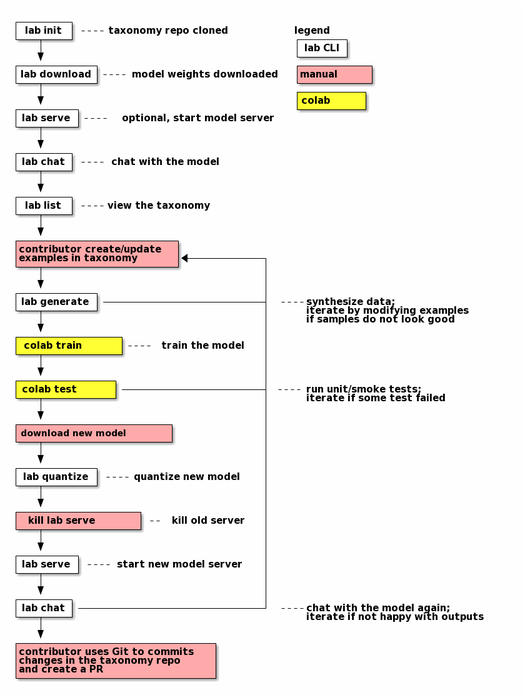
Above: docs/workflow.png in instructlab/instructlab (PlantUML), before the change. Its source is kept beside it as docs/workflow.puml.
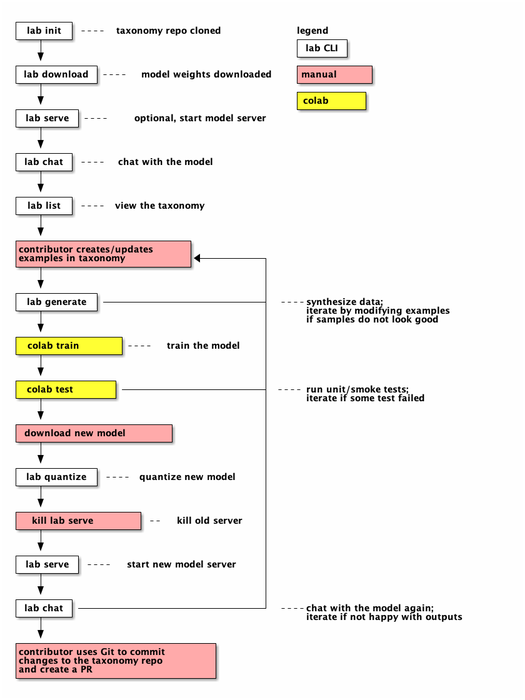
Later version of the same file.

Change to the diagram source:
```diff
@@ -24,10 +24,10 @@
 +---+----+
     |
     v
-+---+---------------------+
-|contributor create/update|
-|examples in taxonomy cPNK|<------------+
-+---+---------------------+             |
++---+-----------------------+
+|contributor creates/updates|
+|examples in taxonomy   cPNK|<----------+
++---+-----------------------+           |
     |                                   |
     v                                   |
 +---+--------+                          |
@@ -71,8 +71,8 @@
     |
     v
 +---+---------------------------+
-|contributor uses Git to commits|
-|changes in the taxonomy repo   |
+|contributor uses Git to commit |
+|changes to the taxonomy repo   |
 |and create a PR            cPNK|
 +---+---------------------------+
 @endditaa
```
